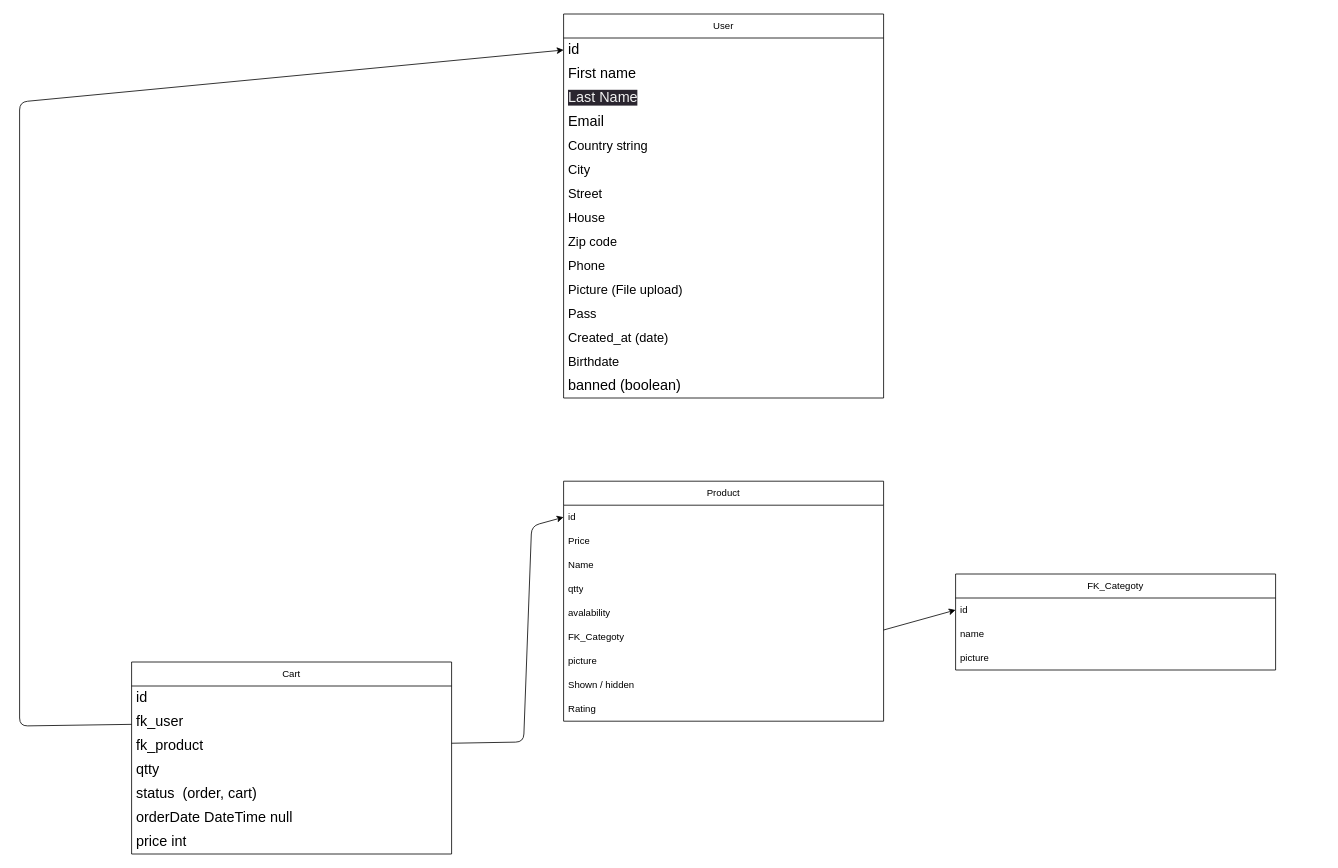
This is db.drawio from DmitriiMal/web-shop-project, a draw.io file, before an edit. Source tidied: cells renumbered, new cells numbered last; positions are measured from the earlier drawing's top-left corner, leaving out a move shared by most shapes. Both pictures are drawn from the tidied source at 80%, with x=0, y=0 at pixel (19, 14).
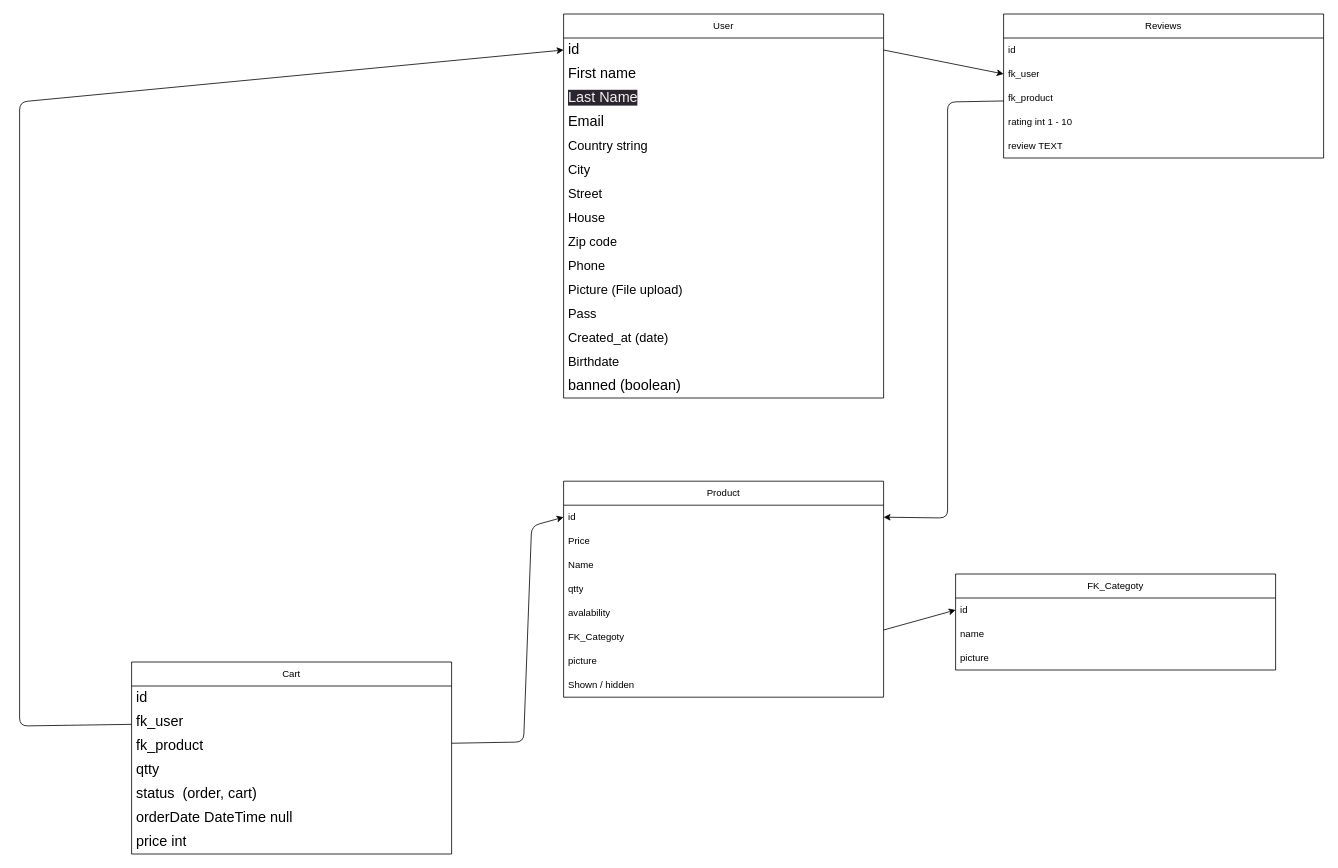
The same page after the edit.

The change refers to these unchanged cells:
```xml
<mxCell id="3" value="id" style="text;strokeColor=none;fillColor=none;align=left;verticalAlign=middle;spacingLeft=4;spacingRight=4;overflow=hidden;points=[[0,0.5],[1,0.5]];portConstraint=eastwest;whiteSpace=wrap;html=1;" parent="2" vertex="1">
  <mxGeometry y="30" width="400" height="30" as="geometry" />
</mxCell>
<mxCell id="13" value="&lt;font style=&quot;font-size: 18px;&quot;&gt;id&lt;/font&gt;" style="text;strokeColor=none;fillColor=none;align=left;verticalAlign=middle;spacingLeft=4;spacingRight=4;overflow=hidden;points=[[0,0.5],[1,0.5]];portConstraint=eastwest;whiteSpace=wrap;html=1;" parent="12" vertex="1">
  <mxGeometry y="30" width="400" height="30" as="geometry" />
</mxCell>
```

Change to the diagram source:
```diff
@@
     <mxCell id="2" value="Product" style="swimlane;fontStyle=0;horizontal=1;startSize=30;whiteSpace=wrap;html=1;" parent="1" vertex="1">
-      <mxGeometry x="680" y="584" width="400" height="300" as="geometry" />
+      <mxGeometry x="680" y="584" width="400" height="270" as="geometry" />
     </mxCell>
@@
-    <mxCell id="11" value="&lt;span style=&quot;text-align: center;&quot;&gt;&lt;font style=&quot;font-size: 12px;&quot;&gt;Rating&lt;/font&gt;&lt;/span&gt;" style="text;strokeColor=none;fillColor=none;align=left;verticalAlign=middle;spacingLeft=4;spacingRight=4;overflow=hidden;whiteSpace=wrap;html=1;" parent="2" vertex="1">
-      <mxGeometry y="270" width="400" height="30" as="geometry" />
-    </mxCell>
@@
+    <mxCell id="43" value="Reviews" style="swimlane;fontStyle=0;horizontal=1;startSize=30;whiteSpace=wrap;html=1;" parent="1" vertex="1">
+      <mxGeometry x="1230" width="400" height="180" as="geometry" />
+    </mxCell>
+    <mxCell id="44" value="id" style="text;strokeColor=none;fillColor=none;align=left;verticalAlign=middle;spacingLeft=4;spacingRight=4;overflow=hidden;whiteSpace=wrap;html=1;" parent="43" vertex="1">
+      <mxGeometry y="30" width="400" height="30" as="geometry" />
+    </mxCell>
+    <mxCell id="45" value="fk_user" style="text;strokeColor=none;fillColor=none;align=left;verticalAlign=middle;spacingLeft=4;spacingRight=4;overflow=hidden;points=[[0,0.5],[1,0.5]];portConstraint=eastwest;whiteSpace=wrap;html=1;" parent="43" vertex="1">
+      <mxGeometry y="60" width="400" height="30" as="geometry" />
+    </mxCell>
+    <mxCell id="46" value="fk_product" style="text;strokeColor=none;fillColor=none;align=left;verticalAlign=middle;spacingLeft=4;spacingRight=4;overflow=hidden;points=[[0,0.5],[1,0.5]];portConstraint=eastwest;whiteSpace=wrap;html=1;" parent="43" vertex="1">
+      <mxGeometry y="90" width="400" height="30" as="geometry" />
+    </mxCell>
+    <mxCell id="47" value="&lt;span style=&quot;text-align: center;&quot;&gt;&lt;font style=&quot;font-size: 12px;&quot;&gt;rating int 1 - 10&lt;/font&gt;&lt;/span&gt;" style="text;strokeColor=none;fillColor=none;align=left;verticalAlign=middle;spacingLeft=4;spacingRight=4;overflow=hidden;whiteSpace=wrap;html=1;" parent="43" vertex="1">
+      <mxGeometry y="120" width="400" height="30" as="geometry" />
+    </mxCell>
+    <mxCell id="48" value="&lt;span style=&quot;text-align: center;&quot;&gt;&lt;font style=&quot;font-size: 12px;&quot;&gt;review TEXT&lt;/font&gt;&lt;/span&gt;" style="text;strokeColor=none;fillColor=none;align=left;verticalAlign=middle;spacingLeft=4;spacingRight=4;overflow=hidden;whiteSpace=wrap;html=1;" parent="43" vertex="1">
+      <mxGeometry y="150" width="400" height="30" as="geometry" />
+    </mxCell>
+    <mxCell id="49" style="edgeStyle=none;html=1;entryX=1;entryY=0.5;entryDx=0;entryDy=0;" parent="1" edge="1" source="46" target="3">
+      <mxGeometry relative="1" as="geometry">
+        <Array as="points">
+          <mxPoint x="1160" y="110" />
+          <mxPoint x="1160" y="630" />
+        </Array>
+      </mxGeometry>
+    </mxCell>
+    <mxCell id="50" style="edgeStyle=none;html=1;exitX=1;exitY=0.5;exitDx=0;exitDy=0;entryX=0;entryY=0.5;entryDx=0;entryDy=0;" parent="1" edge="1" source="13" target="45">
+      <mxGeometry relative="1" as="geometry" />
+    </mxCell>
```
